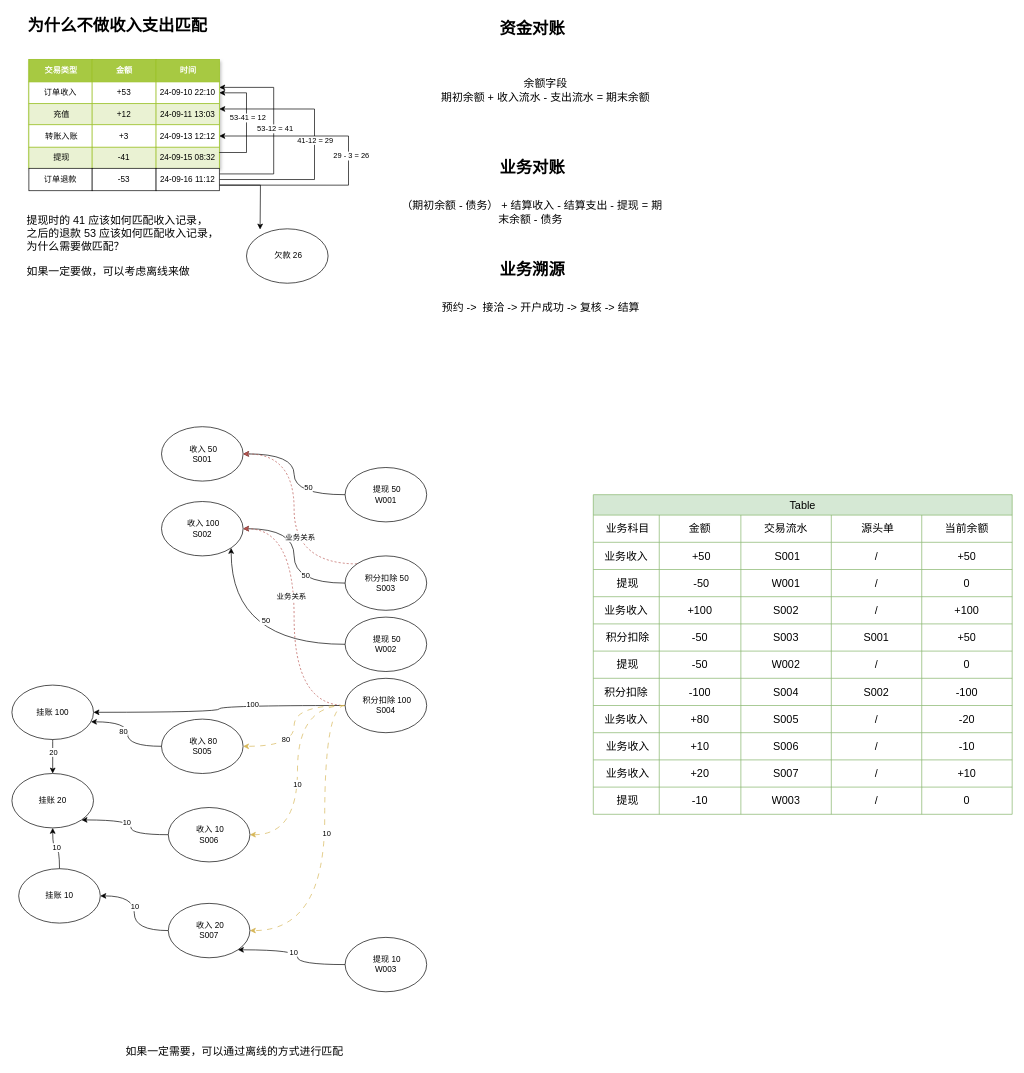
Before: income_outcome_match_up.drawio in chenjiajiabianmi/drawio, a draw.io diagram. Source tidied: cells renumbered, new cells numbered last; positions are measured from the earlier drawing's top-left corner, leaving out a move shared by most shapes. Both pictures are drawn from the tidied source at 68%, with x=0, y=0 at pixel (12, 12).
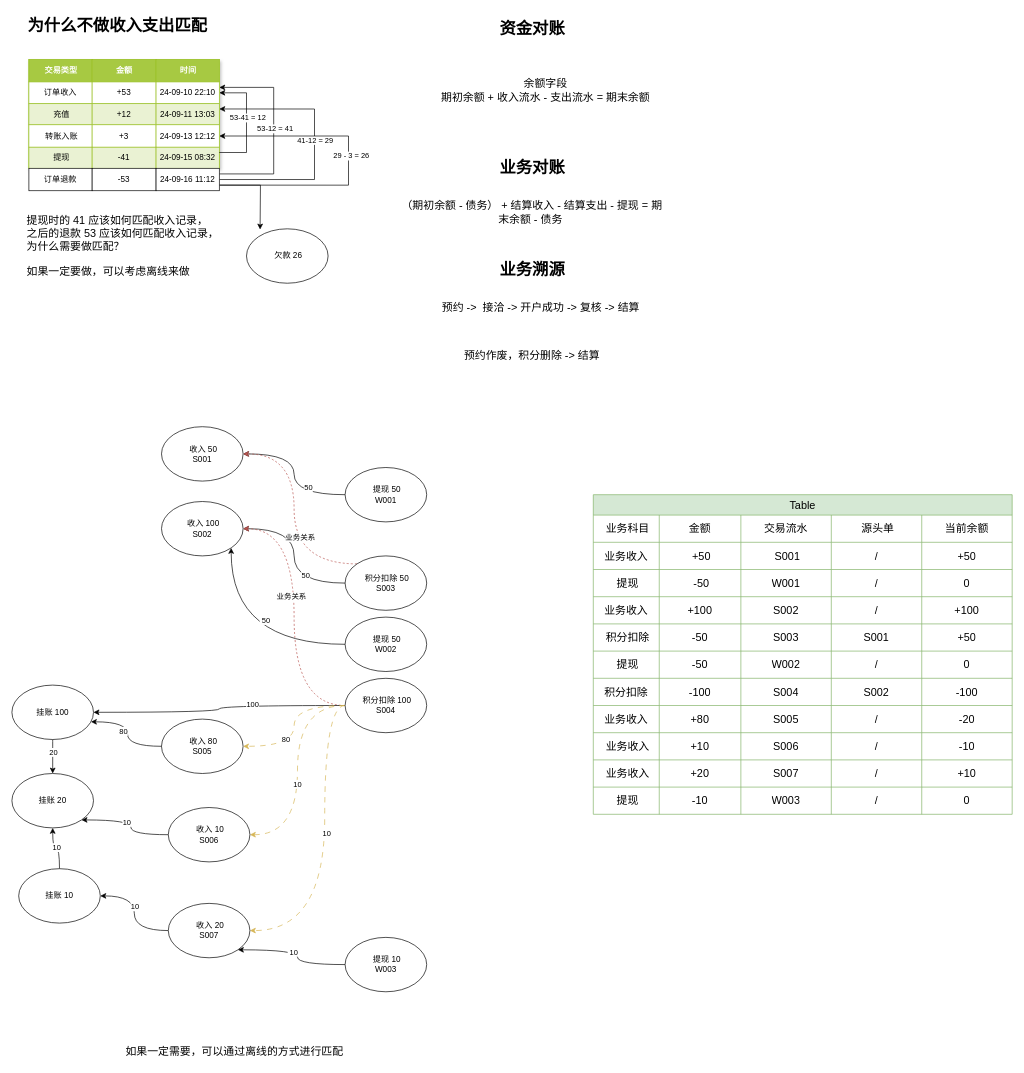
The same page after the edit.

The edit, as a diff of the source:
```diff
@@
+    <mxCell id="156" value="预约作废，积分删除 -&amp;gt; 结算" style="text;html=1;align=center;verticalAlign=middle;whiteSpace=wrap;rounded=0;fontSize=16;" parent="1" vertex="1">
+      <mxGeometry x="565" y="490" width="400" height="30" as="geometry" />
+    </mxCell>
```
